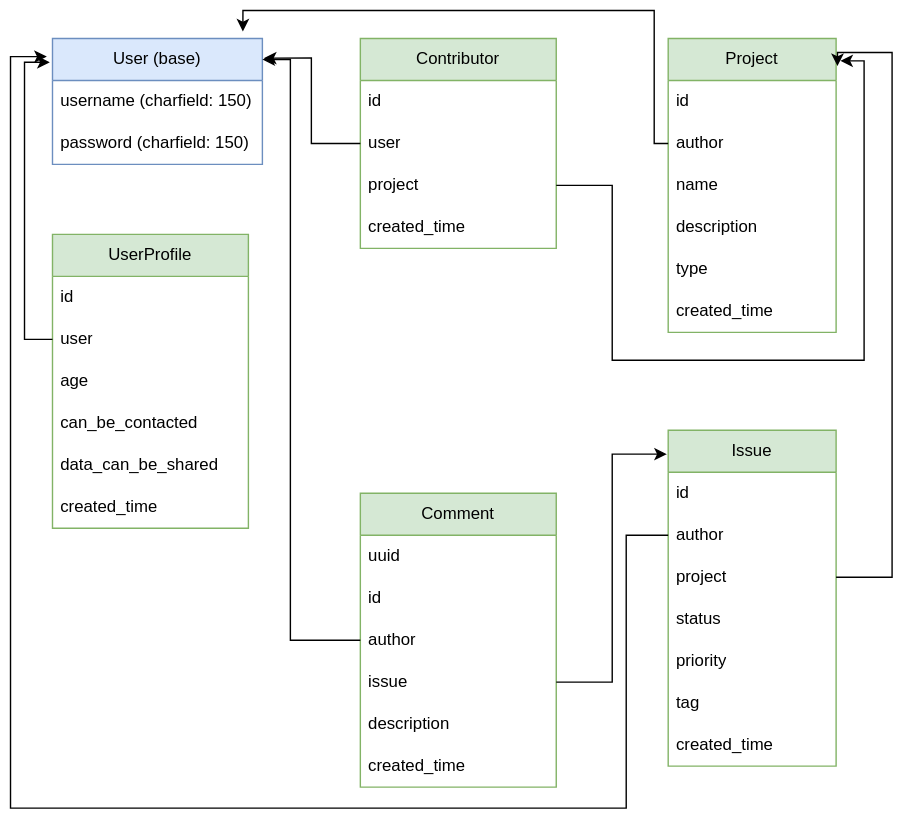
This is db_p10.drawio.svg from morganprieur/Projects_management_API, a draw.io export, as it was before one commit. Source tidied: cells renumbered, new cells last; positions are measured from the earlier drawing's top-left corner, leaving out a move shared by most shapes.
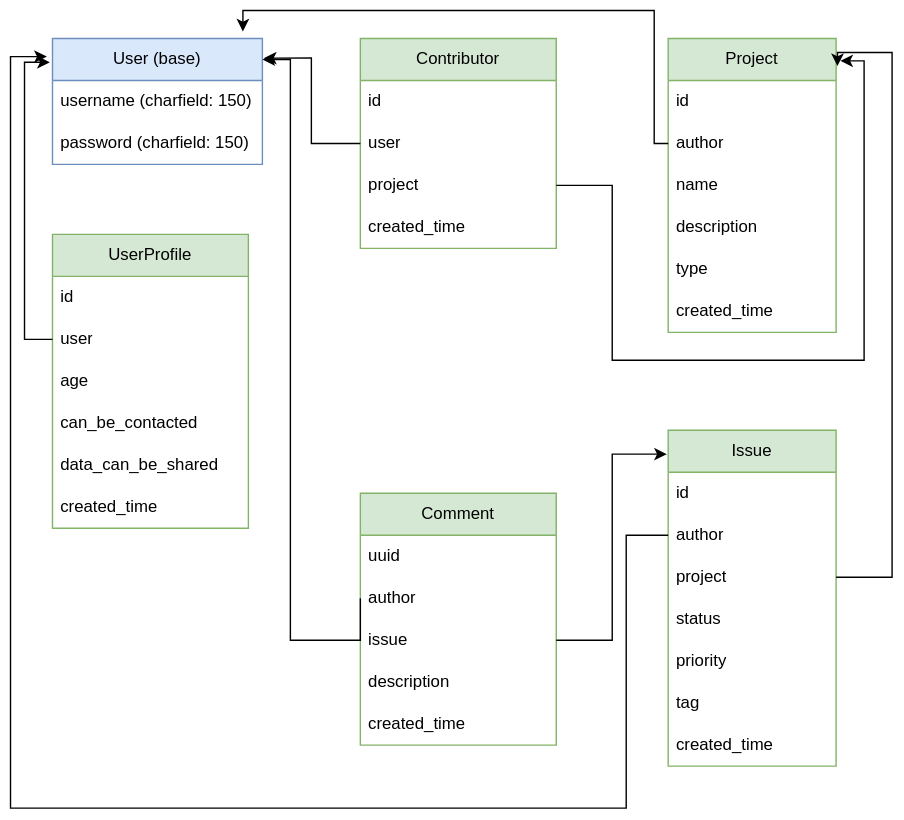
Later version of the same file.

The edit, as a diff of the source:
```diff
@@ -57,25 +57,22 @@
       <mxGeometry y="210" width="120" height="30" as="geometry" />
     </mxCell>
     <mxCell id="20" value="Comment" style="swimlane;fontStyle=0;horizontal=1;startSize=30;whiteSpace=wrap;html=1;fillColor=#d5e8d4;strokeColor=#82b366;" parent="1" vertex="1">
-      <mxGeometry x="250" y="345" width="140" height="210" as="geometry" />
+      <mxGeometry x="250" y="345" width="140" height="180" as="geometry" />
     </mxCell>
     <mxCell id="21" value="uuid" style="text;strokeColor=none;fillColor=none;align=left;verticalAlign=middle;spacingLeft=4;spacingRight=4;overflow=hidden;whiteSpace=wrap;html=1;" parent="20" vertex="1">
       <mxGeometry y="30" width="140" height="30" as="geometry" />
     </mxCell>
-    <mxCell id="22" value="id" style="text;strokeColor=none;fillColor=none;align=left;verticalAlign=middle;spacingLeft=4;spacingRight=4;overflow=hidden;whiteSpace=wrap;html=1;" parent="20" vertex="1">
-      <mxGeometry y="60" width="140" height="30" as="geometry" />
-    </mxCell>
     <mxCell id="23" value="author" style="text;strokeColor=none;fillColor=none;align=left;verticalAlign=middle;spacingLeft=4;spacingRight=4;overflow=hidden;points=[[0,0.5],[1,0.5]];portConstraint=eastwest;whiteSpace=wrap;html=1;" parent="20" vertex="1">
-      <mxGeometry y="90" width="140" height="30" as="geometry" />
+      <mxGeometry y="60" width="140" height="30" as="geometry" />
     </mxCell>
     <mxCell id="24" value="issue" style="text;strokeColor=none;fillColor=none;align=left;verticalAlign=middle;spacingLeft=4;spacingRight=4;overflow=hidden;points=[[0,0.5],[1,0.5]];portConstraint=eastwest;whiteSpace=wrap;html=1;" parent="20" vertex="1">
-      <mxGeometry y="120" width="140" height="30" as="geometry" />
+      <mxGeometry y="90" width="140" height="30" as="geometry" />
     </mxCell>
     <mxCell id="25" value="description" style="text;strokeColor=none;fillColor=none;align=left;verticalAlign=middle;spacingLeft=4;spacingRight=4;overflow=hidden;whiteSpace=wrap;html=1;" parent="20" vertex="1">
-      <mxGeometry y="150" width="140" height="30" as="geometry" />
+      <mxGeometry y="120" width="140" height="30" as="geometry" />
     </mxCell>
     <mxCell id="26" value="created_time" style="text;strokeColor=none;fillColor=none;align=left;verticalAlign=middle;spacingLeft=4;spacingRight=4;overflow=hidden;whiteSpace=wrap;html=1;" parent="20" vertex="1">
-      <mxGeometry y="180" width="140" height="30" as="geometry" />
+      <mxGeometry y="150" width="140" height="30" as="geometry" />
     </mxCell>
     <mxCell id="27" value="Contributor" style="swimlane;fontStyle=0;horizontal=1;startSize=30;whiteSpace=wrap;html=1;fillColor=#d5e8d4;strokeColor=#82b366;" parent="1" vertex="1">
       <mxGeometry x="250" y="20" width="140" height="150" as="geometry" />
```
